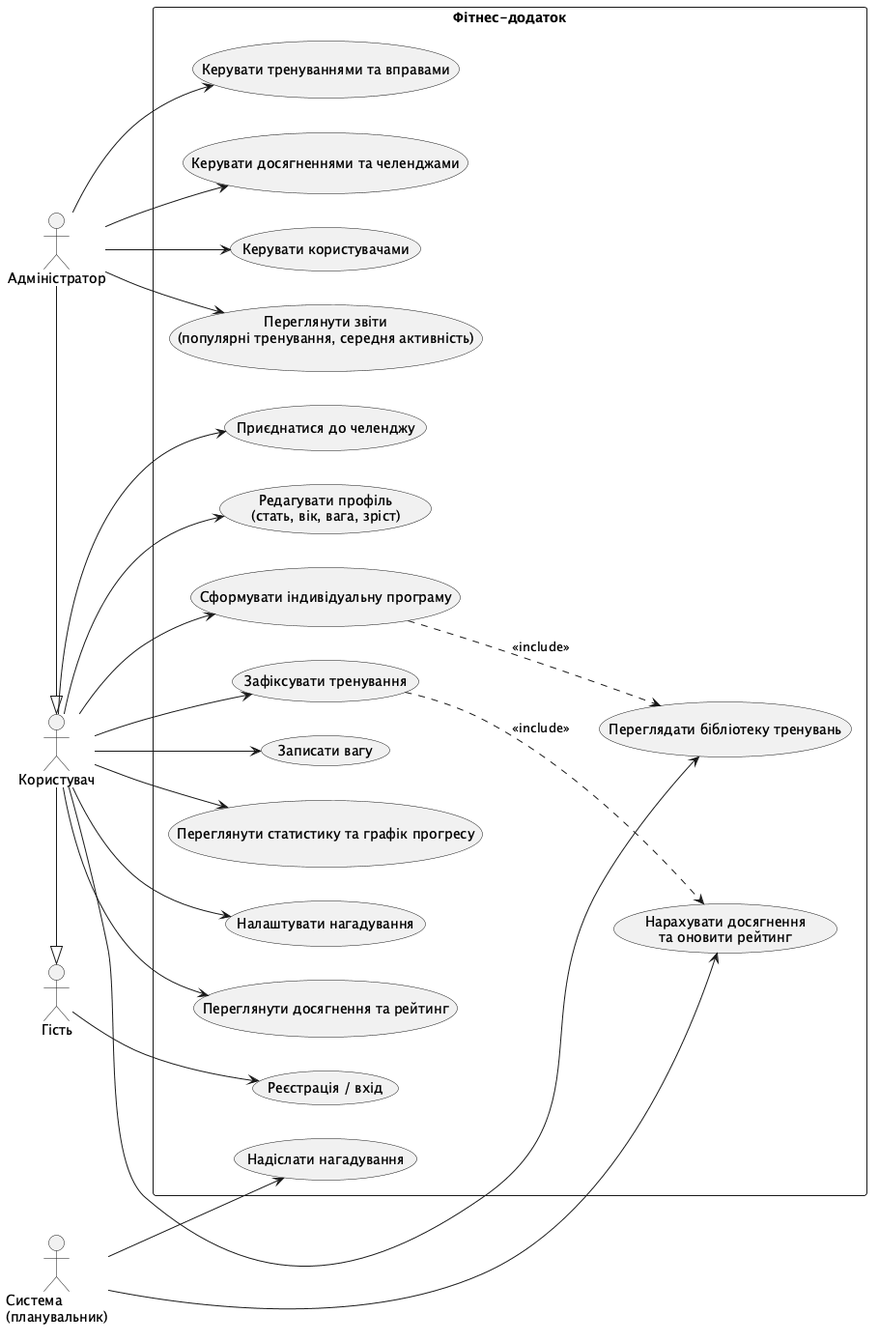
This is docs/usecase.png from arara100/Gof-fitnes-app, a PlantUML export, as it was before one commit. Source of this version:
```plantuml
@startuml
left to right direction
actor "Гість" as G
actor "Користувач" as U
actor "Адміністратор" as A
actor "Система\n(планувальник)" as S
U -|> G
A -|> U

rectangle "Фітнес-додаток" {
  usecase "Реєстрація / вхід" as UC1
  usecase "Редагувати профіль\n(стать, вік, вага, зріст)" as UC2
  usecase "Переглядати бібліотеку тренувань" as UC3
  usecase "Сформувати індивідуальну програму" as UC4
  usecase "Зафіксувати тренування" as UC5
  usecase "Записати вагу" as UC6
  usecase "Переглянути статистику та графік прогресу" as UC7
  usecase "Налаштувати нагадування" as UC8
  usecase "Переглянути досягнення та рейтинг" as UC9
  usecase "Приєднатися до челенджу" as UC10
  usecase "Керувати тренуваннями та вправами" as UC11
  usecase "Керувати досягненнями та челенджами" as UC12
  usecase "Керувати користувачами" as UC13
  usecase "Переглянути звіти\n(популярні тренування, середня активність)" as UC14
  usecase "Надіслати нагадування" as UC15
  usecase "Нарахувати досягнення\nта оновити рейтинг" as UC16
}
G --> UC1
U --> UC2
U --> UC3
U --> UC4
U --> UC5
U --> UC6
U --> UC7
U --> UC8
U --> UC9
U --> UC10
A --> UC11
A --> UC12
A --> UC13
A --> UC14
S --> UC15
S --> UC16
UC5 ..> UC16 : <<include>>
UC4 ..> UC3 : <<include>>
@enduml
```
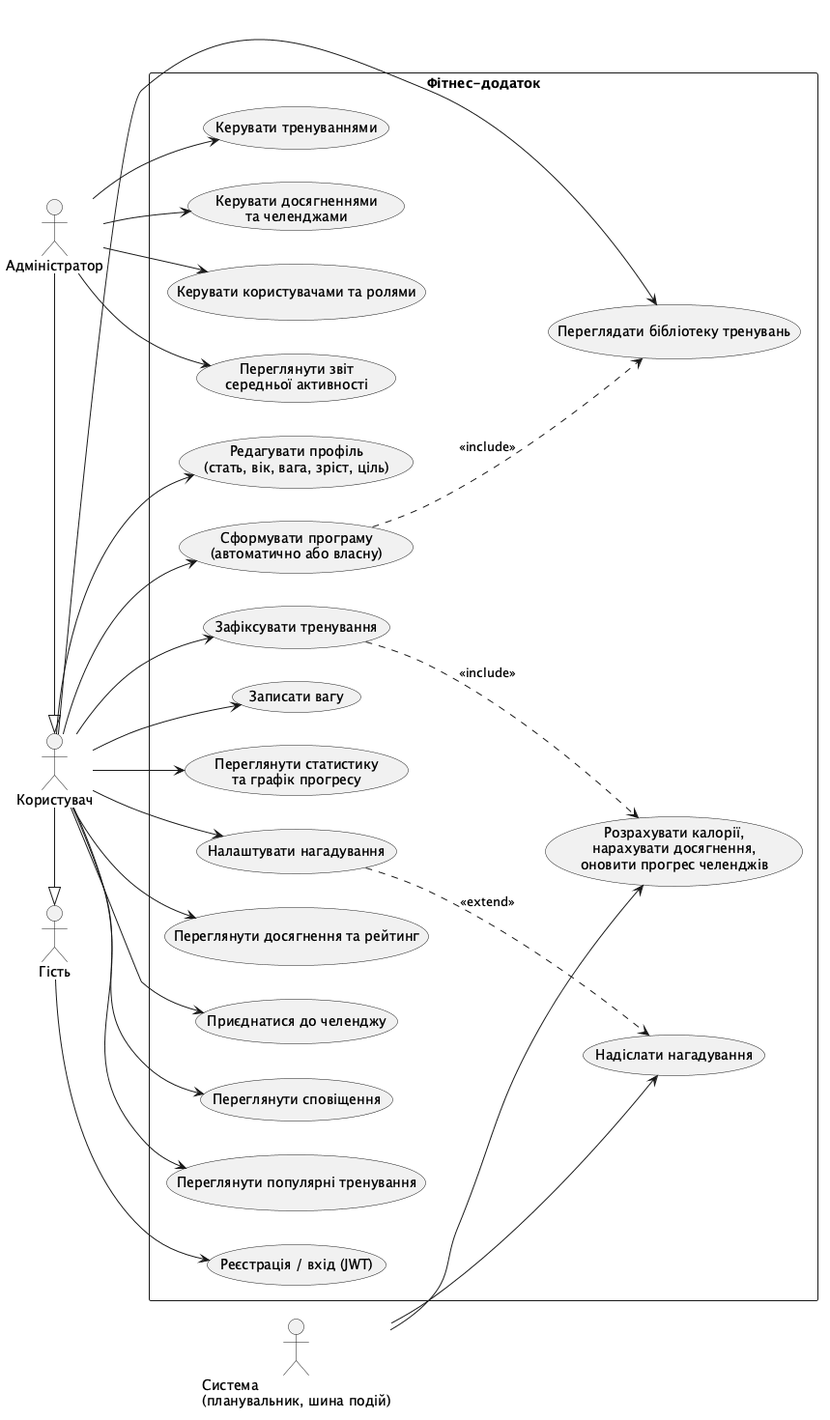
Later version of the same file.

Diff of the diagram source:
```diff
@@ -1,29 +1,32 @@
 @startuml
 left to right direction
+skinparam shadowing false
 actor "Гість" as G
 actor "Користувач" as U
 actor "Адміністратор" as A
-actor "Система\n(планувальник)" as S
+actor "Система\n(планувальник, шина подій)" as S
 U -|> G
 A -|> U
 
 rectangle "Фітнес-додаток" {
-  usecase "Реєстрація / вхід" as UC1
-  usecase "Редагувати профіль\n(стать, вік, вага, зріст)" as UC2
+  usecase "Реєстрація / вхід (JWT)" as UC1
+  usecase "Редагувати профіль\n(стать, вік, вага, зріст, ціль)" as UC2
   usecase "Переглядати бібліотеку тренувань" as UC3
-  usecase "Сформувати індивідуальну програму" as UC4
+  usecase "Сформувати програму\n(автоматично або власну)" as UC4
   usecase "Зафіксувати тренування" as UC5
   usecase "Записати вагу" as UC6
-  usecase "Переглянути статистику та графік прогресу" as UC7
+  usecase "Переглянути статистику\nта графік прогресу" as UC7
   usecase "Налаштувати нагадування" as UC8
   usecase "Переглянути досягнення та рейтинг" as UC9
   usecase "Приєднатися до челенджу" as UC10
-  usecase "Керувати тренуваннями та вправами" as UC11
-  usecase "Керувати досягненнями та челенджами" as UC12
-  usecase "Керувати користувачами" as UC13
-  usecase "Переглянути звіти\n(популярні тренування, середня активність)" as UC14
+  usecase "Переглянути сповіщення" as UC17
+  usecase "Переглянути популярні тренування" as UC18
+  usecase "Керувати тренуваннями" as UC11
+  usecase "Керувати досягненнями\nта челенджами" as UC12
+  usecase "Керувати користувачами та ролями" as UC13
+  usecase "Переглянути звіт\nсередньої активності" as UC14
   usecase "Надіслати нагадування" as UC15
-  usecase "Нарахувати досягнення\nта оновити рейтинг" as UC16
+  usecase "Розрахувати калорії,\nнарахувати досягнення,\nоновити прогрес челенджів" as UC16
 }
 G --> UC1
 U --> UC2
@@ -35,6 +38,8 @@
 U --> UC8
 U --> UC9
 U --> UC10
+U --> UC17
+U --> UC18
 A --> UC11
 A --> UC12
 A --> UC13
@@ -43,4 +48,5 @@
 S --> UC16
 UC5 ..> UC16 : <<include>>
 UC4 ..> UC3 : <<include>>
+UC8 ..> UC15 : <<extend>>
 @enduml
```
